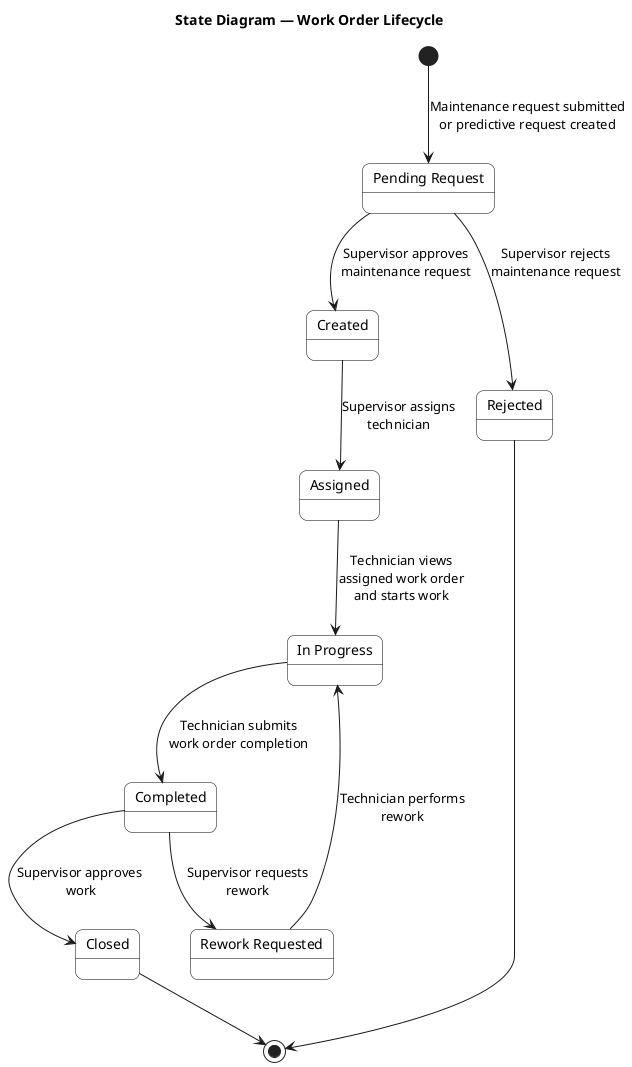
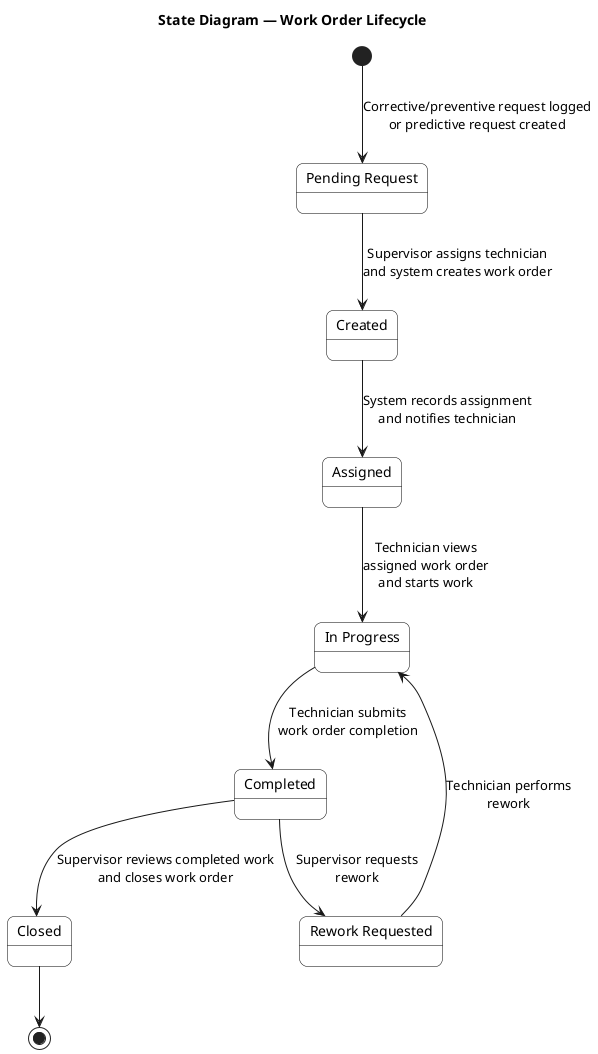
@startuml state_diagram
title State Diagram — Work Order Lifecycle

skinparam shadowing false
skinparam roundcorner 15
skinparam state {
    BackgroundColor White
    BorderColor Black
    FontColor Black
}

- [*] --> Pending_Request : Maintenance request submitted\nor predictive request created
+ [*] --> Pending_Request : Corrective/preventive request logged\nor predictive request created

- Pending_Request --> Created : Supervisor approves\nmaintenance request
- Pending_Request --> Rejected : Supervisor rejects\nmaintenance request
+ Pending_Request --> Created : Supervisor assigns technician\nand system creates work order

- Created --> Assigned : Supervisor assigns\ntechnician
+ Created --> Assigned : System records assignment\nand notifies technician

Assigned --> In_Progress : Technician views\nassigned work order\nand starts work

In_Progress --> Completed : Technician submits\nwork order completion

- Completed --> Closed : Supervisor approves \nwork
+ Completed --> Closed : Supervisor reviews completed work\nand closes work order

Completed --> Rework_Requested : Supervisor requests\nrework

Rework_Requested --> In_Progress : Technician performs\nrework

Closed --> [*]
- Rejected --> [*]

state "Pending Request" as Pending_Request
state "In Progress" as In_Progress
state "Rework Requested" as Rework_Requested

@enduml